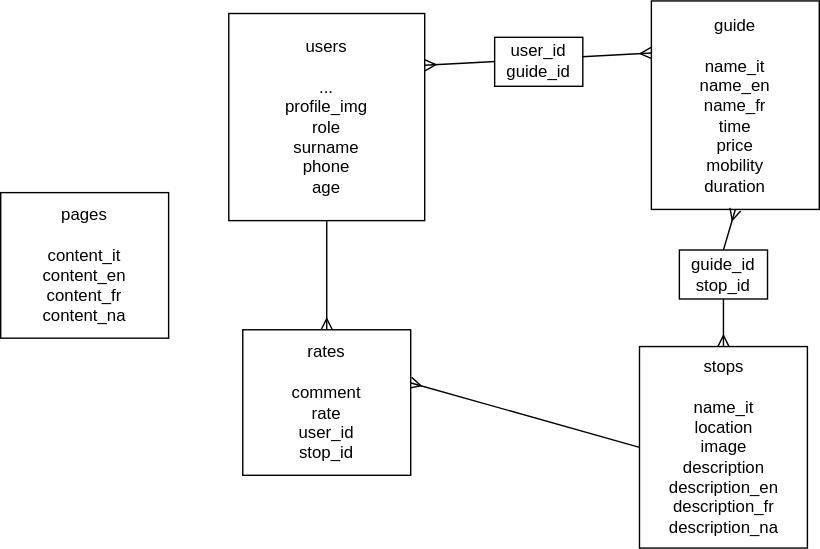
This is backend/I&M.drawio.svg from InnocenzoMerola/im_capstone_project, a draw.io export, as it was before one commit. Source tidied: cells renumbered, new cells last; positions are measured from the earlier drawing's top-left corner, leaving out a move shared by most shapes.
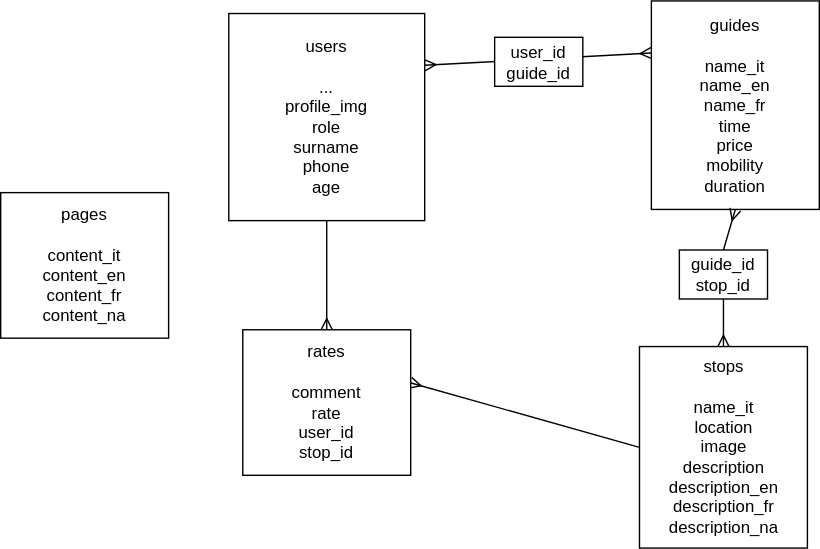
Above is the later version.

Diff of the diagram source:
```diff
@@ -11,7 +11,7 @@
     <mxCell id="4" value="users&lt;br&gt;&lt;br&gt;...&lt;br&gt;profile_img&lt;br&gt;role&lt;br&gt;surname&lt;br&gt;phone&lt;br&gt;age" style="rounded=0;whiteSpace=wrap;html=1;" parent="1" vertex="1">
       <mxGeometry x="163" y="9" width="140" height="148" as="geometry" />
     </mxCell>
-    <mxCell id="5" value="guide&lt;br&gt;&lt;br&gt;name_it&lt;br&gt;name_en&lt;br&gt;name_fr&lt;br&gt;time&lt;br&gt;price&lt;br&gt;mobility&lt;br&gt;duration" style="rounded=0;whiteSpace=wrap;html=1;" parent="1" vertex="1">
+    <mxCell id="5" value="guides&lt;br&gt;&lt;br&gt;name_it&lt;br&gt;name_en&lt;br&gt;name_fr&lt;br&gt;time&lt;br&gt;price&lt;br&gt;mobility&lt;br&gt;duration" style="rounded=0;whiteSpace=wrap;html=1;" parent="1" vertex="1">
       <mxGeometry x="465" width="120" height="149" as="geometry" />
     </mxCell>
     <mxCell id="6" style="edgeStyle=none;html=1;exitX=0;exitY=0.5;exitDx=0;exitDy=0;entryX=0.997;entryY=0.364;entryDx=0;entryDy=0;startArrow=none;startFill=0;endArrow=ERmany;endFill=0;entryPerimeter=0;" parent="1" edge="1" source="7" target="9">
```
